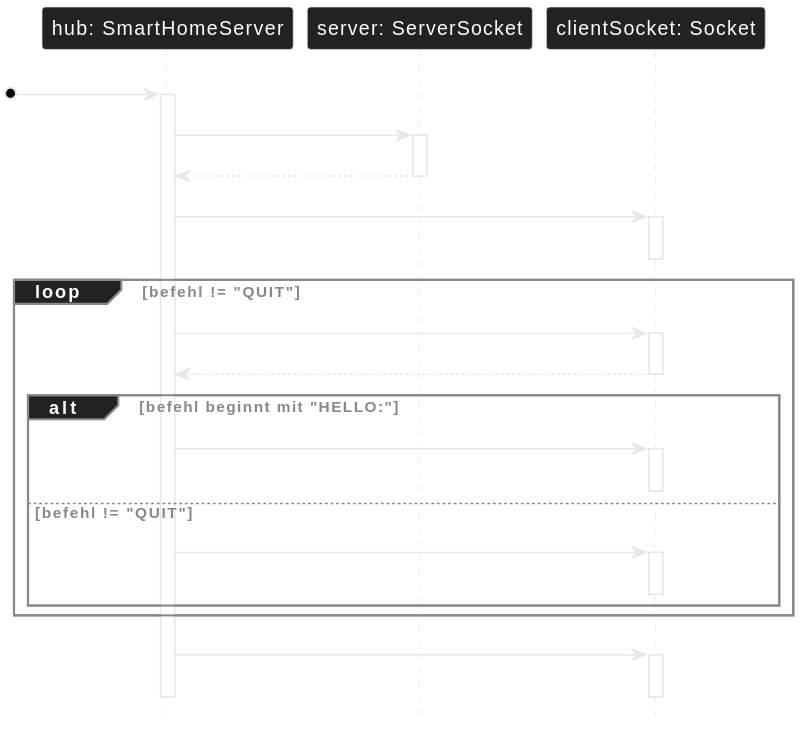
Above: assets/img/sec5/lvl20-2.svg in OnlyCook/abitur-elite-code (PlantUML), before the change.
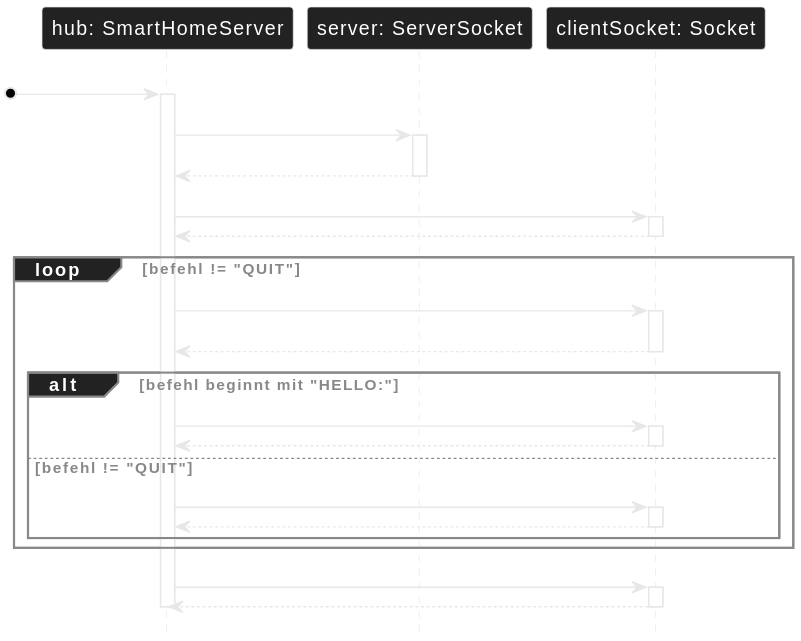
Above is the later version.

What changed in the source:
```diff
@@ -17,6 +17,7 @@
 deactivate SS
 S -> CS : write("+OK Smart Home Hub\\n")
 activate CS
+CS --> S
 deactivate CS
 loop befehl != "QUIT"
   S -> CS : readLine()
@@ -26,15 +27,18 @@
   alt befehl beginnt mit "HELLO:"
     S -> CS : write("+ACK " + id + "\\n")
     activate CS
+    CS --> S
     deactivate CS
   else befehl != "QUIT"
     S -> CS : write("+ERR unbekannt\\n")
     activate CS
+    CS --> S
     deactivate CS
   end
 end
 S -> CS : close()
 activate CS
+CS --> S
 deactivate CS
 deactivate S
 @enduml
```
